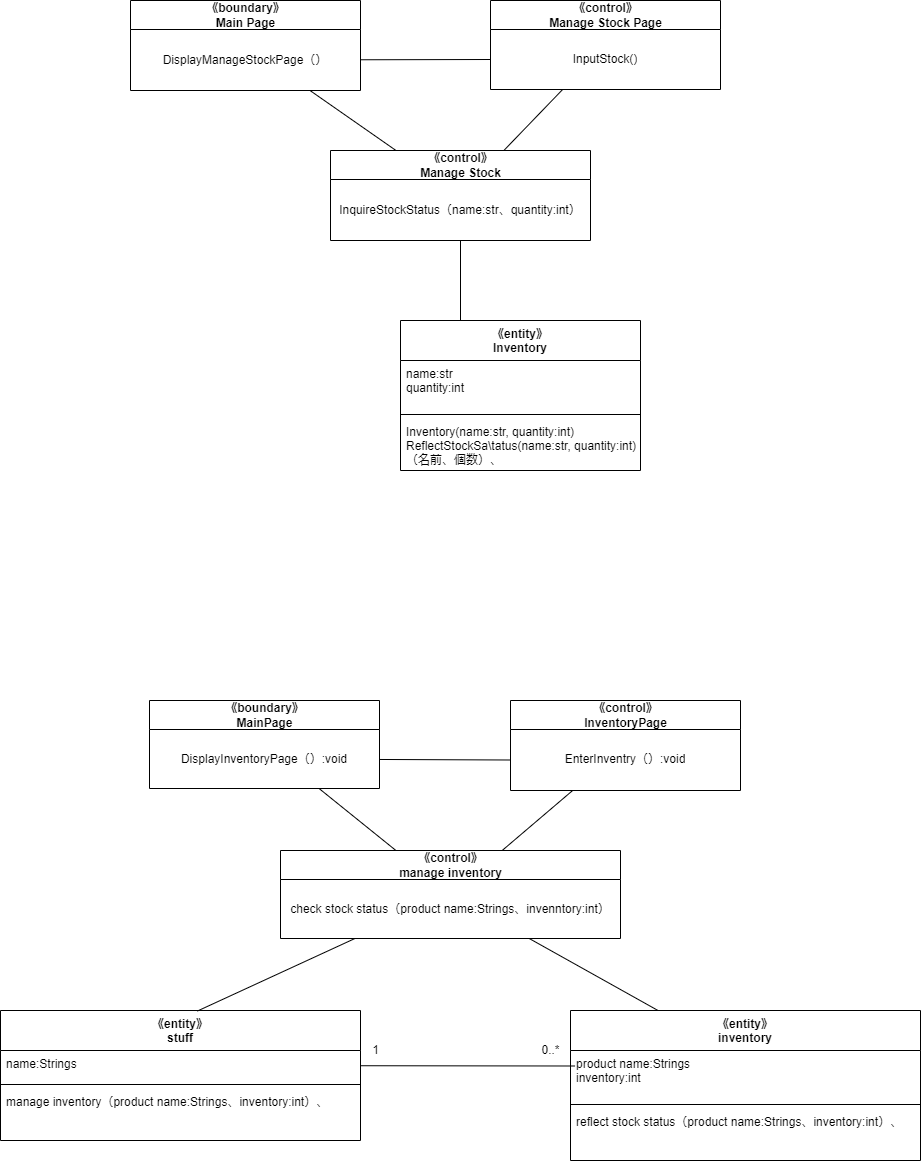
The draw.io diagram psp4/設計モデルのクラス/設計モデルクラス図_在庫管理.drawio.png in MasakiHiguchi/---, before a commit. Source tidied: cells renumbered, new cells last; positions are measured from the earlier drawing's top-left corner, leaving out a move shared by most shapes.
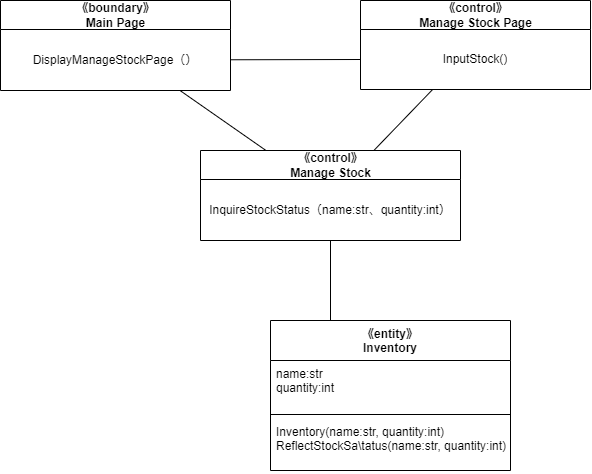
The same file after the commit.

The edit, as a diff of the source:
```diff
@@ -2,72 +2,6 @@
   <root>
     <mxCell id="0" />
     <mxCell id="1" parent="0" />
-    <mxCell id="2" value="《entity》&#10;stuff" style="swimlane;fontStyle=1;align=center;verticalAlign=top;horizontal=1;startSize=40;" parent="1" vertex="1">
-      <mxGeometry y="1010" width="360" height="130" as="geometry" />
-    </mxCell>
-    <mxCell id="3" value="name:Strings" style="text;strokeColor=none;fillColor=none;align=left;verticalAlign=top;spacingLeft=4;spacingRight=4;overflow=hidden;points=[[0,0.5],[1,0.5]];portConstraint=eastwest;" parent="2" vertex="1">
-      <mxGeometry y="40" width="360" height="30" as="geometry" />
-    </mxCell>
-    <mxCell id="4" style="line;strokeWidth=1;fillColor=none;align=left;verticalAlign=middle;spacingTop=-1;spacingLeft=3;spacingRight=3;labelPosition=right;strokeColor=inherit;" parent="2" vertex="1">
-      <mxGeometry y="70" width="360" height="8" as="geometry" />
-    </mxCell>
-    <mxCell id="5" value="manage inventory（product name:Strings、inventory:int）、" style="text;strokeColor=none;fillColor=none;align=left;verticalAlign=top;spacingLeft=4;spacingRight=4;overflow=hidden;" parent="2" vertex="1">
-      <mxGeometry y="78" width="360" height="52" as="geometry" />
-    </mxCell>
-    <mxCell id="6" value="《entity》&#10;inventory" style="swimlane;fontStyle=1;align=center;verticalAlign=top;horizontal=1;startSize=40;" parent="1" vertex="1">
-      <mxGeometry x="570" y="1010" width="350" height="150" as="geometry" />
-    </mxCell>
-    <mxCell id="7" value="product name:Strings&#10;inventory:int" style="text;strokeColor=none;fillColor=none;align=left;verticalAlign=top;spacingLeft=4;spacingRight=4;overflow=hidden;points=[[0,0.5],[1,0.5]];portConstraint=eastwest;" parent="6" vertex="1">
-      <mxGeometry y="40" width="350" height="50" as="geometry" />
-    </mxCell>
-    <mxCell id="8" style="line;strokeWidth=1;fillColor=none;align=left;verticalAlign=middle;spacingTop=-1;spacingLeft=3;spacingRight=3;labelPosition=right;strokeColor=inherit;" parent="6" vertex="1">
-      <mxGeometry y="90" width="350" height="8" as="geometry" />
-    </mxCell>
-    <mxCell id="9" value="reflect stock status（product name:Strings、inventory:int）、" style="text;strokeColor=none;fillColor=none;align=left;verticalAlign=top;spacingLeft=4;spacingRight=4;overflow=hidden;" parent="6" vertex="1">
-      <mxGeometry y="98" width="350" height="52" as="geometry" />
-    </mxCell>
-    <mxCell id="10" style="edgeStyle=none;html=1;entryX=0.013;entryY=0.31;entryDx=0;entryDy=0;entryPerimeter=0;endArrow=none;endFill=0;" parent="1" edge="1" source="3" target="7">
-      <mxGeometry relative="1" as="geometry" />
-    </mxCell>
-    <mxCell id="11" value="1" style="text;html=1;align=center;verticalAlign=middle;strokeColor=none;fillColor=none;" parent="1" vertex="1">
-      <mxGeometry x="360" y="1035" width="30" height="30" as="geometry" />
-    </mxCell>
-    <mxCell id="12" value="0..*" style="text;html=1;align=center;verticalAlign=middle;strokeColor=none;fillColor=none;" parent="1" vertex="1">
-      <mxGeometry x="530" y="1035" width="40" height="30" as="geometry" />
-    </mxCell>
-    <mxCell id="13" style="edgeStyle=none;html=1;entryX=0.547;entryY=0.004;entryDx=0;entryDy=0;entryPerimeter=0;endArrow=none;endFill=0;" parent="1" edge="1" source="15" target="2">
-      <mxGeometry relative="1" as="geometry" />
-    </mxCell>
-    <mxCell id="14" style="edgeStyle=none;html=1;entryX=0.25;entryY=0;entryDx=0;entryDy=0;endArrow=none;endFill=0;" parent="1" edge="1" source="15" target="6">
-      <mxGeometry relative="1" as="geometry" />
-    </mxCell>
-    <mxCell id="15" value="《control》&lt;br&gt;manage inventory" style="swimlane;fontStyle=1;align=center;verticalAlign=middle;horizontal=1;startSize=29;html=1;" parent="1" vertex="1">
-      <mxGeometry x="280" y="850" width="340" height="88" as="geometry" />
-    </mxCell>
-    <mxCell id="16" value="check stock status（product name:Strings、invenntory:int）" style="text;html=1;strokeColor=none;fillColor=none;align=center;verticalAlign=middle;spacingLeft=4;spacingRight=4;overflow=hidden;" parent="15" vertex="1">
-      <mxGeometry y="29" width="340" height="59" as="geometry" />
-    </mxCell>
-    <mxCell id="17" style="edgeStyle=none;html=1;endArrow=none;endFill=0;" parent="1" edge="1" source="18" target="15">
-      <mxGeometry relative="1" as="geometry" />
-    </mxCell>
-    <mxCell id="18" value="《boundary》&lt;br&gt;MainPage" style="swimlane;fontStyle=1;align=center;verticalAlign=middle;horizontal=1;startSize=29;html=1;" parent="1" vertex="1">
-      <mxGeometry x="149" y="700" width="230" height="88" as="geometry" />
-    </mxCell>
-    <mxCell id="19" value="DisplayInventoryPage（）:void" style="text;html=1;strokeColor=none;fillColor=none;align=center;verticalAlign=middle;spacingLeft=4;spacingRight=4;overflow=hidden;points=[[0,0.5],[1,0.5]];portConstraint=eastwest;" parent="18" vertex="1">
-      <mxGeometry y="29" width="230" height="59" as="geometry" />
-    </mxCell>
-    <mxCell id="20" style="edgeStyle=none;html=1;endArrow=none;endFill=0;" parent="1" edge="1" source="21" target="15">
-      <mxGeometry relative="1" as="geometry" />
-    </mxCell>
-    <mxCell id="21" value="《control》&lt;br&gt;InventoryPage" style="swimlane;fontStyle=1;align=center;verticalAlign=middle;horizontal=1;startSize=29;html=1;" parent="1" vertex="1">
-      <mxGeometry x="510" y="700" width="230" height="90" as="geometry" />
-    </mxCell>
-    <mxCell id="22" value="EnterInventry（）:void" style="text;html=1;strokeColor=none;fillColor=none;align=center;verticalAlign=middle;spacingLeft=4;spacingRight=4;overflow=hidden;points=[[0,0.5],[1,0.5]];portConstraint=eastwest;" parent="21" vertex="1">
-      <mxGeometry y="29" width="230" height="61" as="geometry" />
-    </mxCell>
-    <mxCell id="23" style="edgeStyle=none;html=1;entryX=0;entryY=0.5;entryDx=0;entryDy=0;endArrow=none;endFill=0;" parent="1" edge="1" source="19" target="22">
-      <mxGeometry relative="1" as="geometry" />
-    </mxCell>
     <mxCell id="24" value="《entity》&#10;Inventory" style="swimlane;fontStyle=1;align=center;verticalAlign=top;horizontal=1;startSize=40;" parent="1" vertex="1">
       <mxGeometry x="400" y="320" width="240" height="150" as="geometry" />
     </mxCell>
@@ -77,7 +11,7 @@
     <mxCell id="26" style="line;strokeWidth=1;fillColor=none;align=left;verticalAlign=middle;spacingTop=-1;spacingLeft=3;spacingRight=3;labelPosition=right;strokeColor=inherit;" parent="24" vertex="1">
       <mxGeometry y="90" width="240" height="8" as="geometry" />
     </mxCell>
-    <mxCell id="27" value="Inventory(name:str, quantity:int)&#10;ReflectStockSa\tatus(name:str, quantity:int)&#10;（名前、個数）、" style="text;strokeColor=none;fillColor=none;align=left;verticalAlign=top;spacingLeft=4;spacingRight=4;overflow=hidden;" parent="24" vertex="1">
+    <mxCell id="27" value="Inventory(name:str, quantity:int)&#10;ReflectStockSa\tatus(name:str, quantity:int)" style="text;strokeColor=none;fillColor=none;align=left;verticalAlign=top;spacingLeft=4;spacingRight=4;overflow=hidden;" parent="24" vertex="1">
       <mxGeometry y="98" width="240" height="52" as="geometry" />
     </mxCell>
     <mxCell id="28" style="edgeStyle=none;html=1;entryX=0.25;entryY=0;entryDx=0;entryDy=0;endArrow=none;endFill=0;" parent="1" edge="1" source="29" target="24">
```
